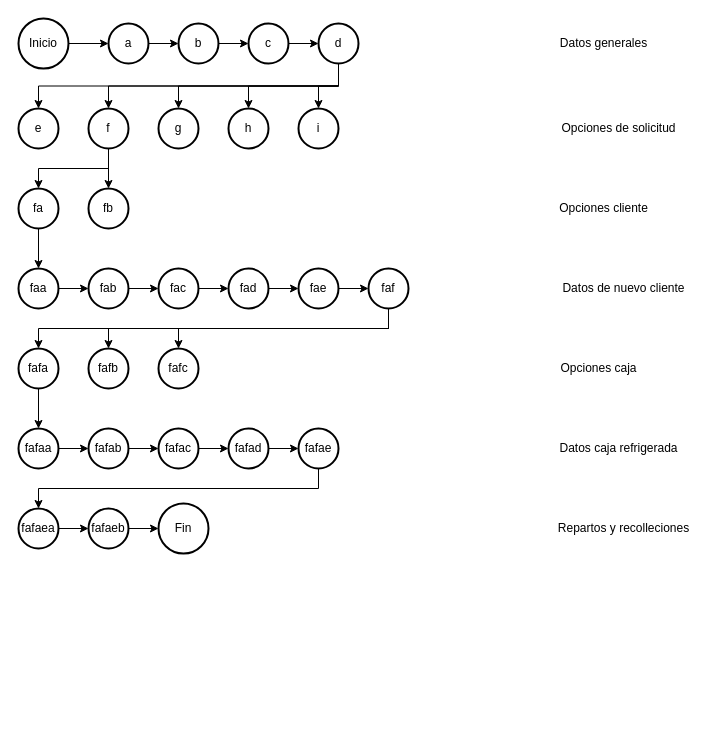
This is EXPRESS/Estados_Chat.drawio from juan-tm/DIAGRAMAS, a draw.io file, before an edit. Source tidied: cells renumbered, new cells numbered last; positions are measured from the earlier drawing's top-left corner, leaving out a move shared by most shapes. Both pictures are drawn from the tidied source at 100%, with x=0, y=0 at pixel (18, 18).
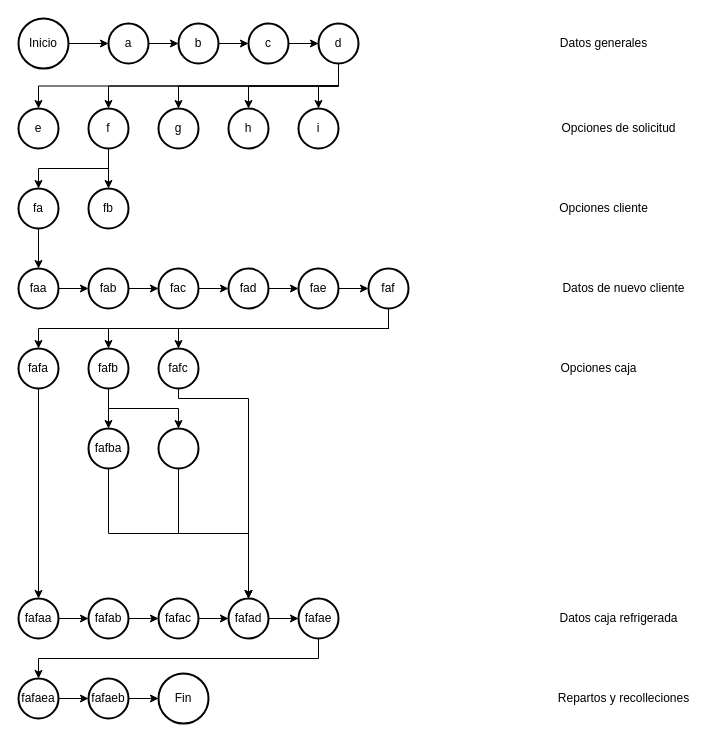
The same page after the edit.

Unchanged cells that the change refers to:
```xml
<mxCell id="35" value="fafb" style="strokeWidth=2;html=1;shape=mxgraph.flowchart.start_2;whiteSpace=wrap;" parent="1" vertex="1">
  <mxGeometry x="70" y="330" width="40" height="40" as="geometry" />
</mxCell>
<mxCell id="36" value="fafc" style="strokeWidth=2;html=1;shape=mxgraph.flowchart.start_2;whiteSpace=wrap;" parent="1" vertex="1">
  <mxGeometry x="140" y="330" width="40" height="40" as="geometry" />
</mxCell>
```

Diff of the diagram source:
```diff
@@
     <mxCell id="47" value="fafaa" style="strokeWidth=2;html=1;shape=mxgraph.flowchart.start_2;whiteSpace=wrap;" parent="1" vertex="1">
-      <mxGeometry y="410" width="40" height="40" as="geometry" />
+      <mxGeometry y="580" width="40" height="40" as="geometry" />
     </mxCell>
     <mxCell id="48" value="fafab" style="strokeWidth=2;html=1;shape=mxgraph.flowchart.start_2;whiteSpace=wrap;" parent="1" vertex="1">
-      <mxGeometry x="70" y="410" width="40" height="40" as="geometry" />
+      <mxGeometry x="70" y="580" width="40" height="40" as="geometry" />
     </mxCell>
     <mxCell id="49" value="fafac" style="strokeWidth=2;html=1;shape=mxgraph.flowchart.start_2;whiteSpace=wrap;" parent="1" vertex="1">
-      <mxGeometry x="140" y="410" width="40" height="40" as="geometry" />
+      <mxGeometry x="140" y="580" width="40" height="40" as="geometry" />
     </mxCell>
     <mxCell id="50" value="fafad" style="strokeWidth=2;html=1;shape=mxgraph.flowchart.start_2;whiteSpace=wrap;" parent="1" vertex="1">
-      <mxGeometry x="210" y="410" width="40" height="40" as="geometry" />
+      <mxGeometry x="210" y="580" width="40" height="40" as="geometry" />
     </mxCell>
     <mxCell id="51" value="fafae" style="strokeWidth=2;html=1;shape=mxgraph.flowchart.start_2;whiteSpace=wrap;" parent="1" vertex="1">
-      <mxGeometry x="280" y="410" width="40" height="40" as="geometry" />
+      <mxGeometry x="280" y="580" width="40" height="40" as="geometry" />
     </mxCell>
@@
     <mxCell id="58" value="fafaea" style="strokeWidth=2;html=1;shape=mxgraph.flowchart.start_2;whiteSpace=wrap;" parent="1" vertex="1">
-      <mxGeometry y="490" width="40" height="40" as="geometry" />
+      <mxGeometry y="660" width="40" height="40" as="geometry" />
     </mxCell>
     <mxCell id="59" value="fafaeb" style="strokeWidth=2;html=1;shape=mxgraph.flowchart.start_2;whiteSpace=wrap;" parent="1" vertex="1">
-      <mxGeometry x="70" y="490" width="40" height="40" as="geometry" />
+      <mxGeometry x="70" y="660" width="40" height="40" as="geometry" />
     </mxCell>
@@
     <mxCell id="61" value="Datos caja refrigerada" style="text;html=1;align=center;verticalAlign=middle;strokeColor=none;fillColor=none;" parent="1" vertex="1">
-      <mxGeometry x="530" y="415" width="140" height="30" as="geometry" />
+      <mxGeometry x="530" y="585" width="140" height="30" as="geometry" />
     </mxCell>
@@
     <mxCell id="63" value="Fin" style="strokeWidth=2;html=1;shape=mxgraph.flowchart.start_2;whiteSpace=wrap;" parent="1" vertex="1">
-      <mxGeometry x="140" y="485" width="50" height="50" as="geometry" />
+      <mxGeometry x="140" y="655" width="50" height="50" as="geometry" />
     </mxCell>
@@
     <mxCell id="65" value="Repartos y recolleciones" style="text;html=1;align=center;verticalAlign=middle;strokeColor=none;fillColor=none;" parent="1" vertex="1">
-      <mxGeometry x="530" y="495" width="150" height="30" as="geometry" />
+      <mxGeometry x="530" y="665" width="150" height="30" as="geometry" />
     </mxCell>
+    <mxCell id="66" value="fafba" style="strokeWidth=2;html=1;shape=mxgraph.flowchart.start_2;whiteSpace=wrap;" parent="1" vertex="1">
+      <mxGeometry x="70" y="410" width="40" height="40" as="geometry" />
+    </mxCell>
+    <mxCell id="67" style="strokeWidth=2;html=1;shape=mxgraph.flowchart.start_2;whiteSpace=wrap;" parent="1" vertex="1">
+      <mxGeometry x="140" y="410" width="40" height="40" as="geometry" />
+    </mxCell>
+    <mxCell id="68" style="edgeStyle=orthogonalEdgeStyle;rounded=0;jettySize=auto;html=1;exitX=0.5;exitY=1;exitDx=0;exitDy=0;exitPerimeter=0;entryX=0.5;entryY=0;entryDx=0;entryDy=0;entryPerimeter=0;" parent="1" edge="1" source="35" target="66">
+      <mxGeometry relative="1" as="geometry" />
+    </mxCell>
+    <mxCell id="69" style="edgeStyle=orthogonalEdgeStyle;rounded=0;jettySize=auto;html=1;exitX=0.5;exitY=1;exitDx=0;exitDy=0;exitPerimeter=0;entryX=0.5;entryY=0;entryDx=0;entryDy=0;entryPerimeter=0;" parent="1" edge="1" source="35" target="67">
+      <mxGeometry relative="1" as="geometry" />
+    </mxCell>
+    <mxCell id="70" style="edgeStyle=orthogonalEdgeStyle;rounded=0;jettySize=auto;html=1;exitX=0.5;exitY=1;exitDx=0;exitDy=0;exitPerimeter=0;entryX=0.5;entryY=0;entryDx=0;entryDy=0;entryPerimeter=0;" parent="1" edge="1" source="66" target="50">
+      <mxGeometry relative="1" as="geometry" />
+    </mxCell>
+    <mxCell id="71" style="edgeStyle=orthogonalEdgeStyle;rounded=0;jettySize=auto;html=1;exitX=0.5;exitY=1;exitDx=0;exitDy=0;exitPerimeter=0;entryX=0.5;entryY=0;entryDx=0;entryDy=0;entryPerimeter=0;" parent="1" edge="1" source="67" target="50">
+      <mxGeometry relative="1" as="geometry" />
+    </mxCell>
+    <mxCell id="72" style="edgeStyle=orthogonalEdgeStyle;rounded=0;jettySize=auto;html=1;exitX=0.5;exitY=1;exitDx=0;exitDy=0;exitPerimeter=0;entryX=0.5;entryY=0;entryDx=0;entryDy=0;entryPerimeter=0;" parent="1" edge="1" source="36" target="50">
+      <mxGeometry relative="1" as="geometry">
+        <Array as="points">
+          <mxPoint x="160" y="380" />
+          <mxPoint x="230" y="380" />
+        </Array>
+      </mxGeometry>
+    </mxCell>
```
